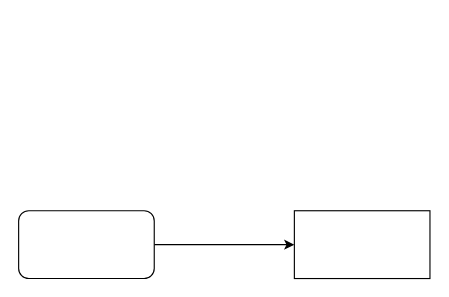
This is 未命名绘图.drawio from wushanru/design, a draw.io file, before an edit. Source tidied: cells renumbered, new cells numbered last; positions are measured from the earlier drawing's top-left corner, leaving out a move shared by most shapes. Both pictures are drawn from the tidied source at 113%, with x=0, y=0 at pixel (18, 210).
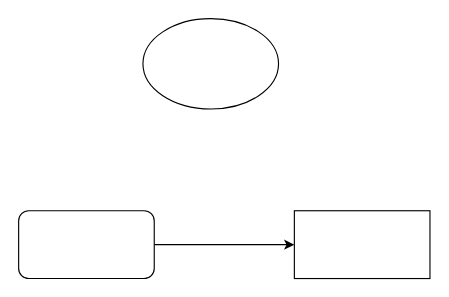
The same diagram, later.

Commit message (it also covers changes not shown here):
更新未命名绘图.drawio

Change to the diagram source:
```diff
@@
 <mxGraphModel>
   <root>
     <mxCell id="0" />
     <mxCell id="1" parent="0" />
     <mxCell id="2" style="edgeStyle=orthogonalEdgeStyle;rounded=0;jettySize=auto;html=1;" parent="1" edge="1" source="3" target="4">
       <mxGeometry relative="1" as="geometry" />
     </mxCell>
     <mxCell id="3" style="rounded=1;whiteSpace=wrap;html=1;" parent="1" vertex="1">
       <mxGeometry width="120" height="60" as="geometry" />
     </mxCell>
     <mxCell id="4" style="rounded=0;whiteSpace=wrap;html=1;" parent="1" vertex="1">
       <mxGeometry x="244" width="120" height="60" as="geometry" />
     </mxCell>
+    <mxCell id="5" style="ellipse;whiteSpace=wrap;html=1;" parent="1" vertex="1">
+      <mxGeometry x="110" y="-170" width="120" height="80" as="geometry" />
+    </mxCell>
   </root>
 </mxGraphModel>
```
